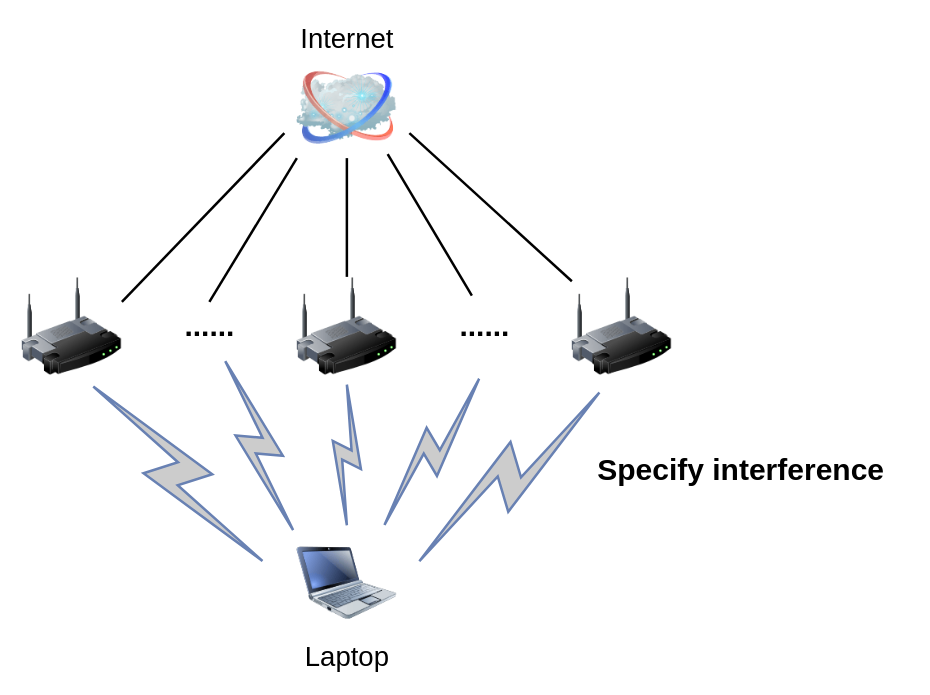
Above: 开题自问自答_多AP预期结果.drawio in zeandon/draw.io (draw.io), before the change. Source tidied: cells renumbered, new cells numbered last; positions are measured from the earlier drawing's top-left corner, leaving out a move shared by most shapes. Both pictures are drawn from the tidied source at 125%, with x=0, y=0 at pixel (21, 58).
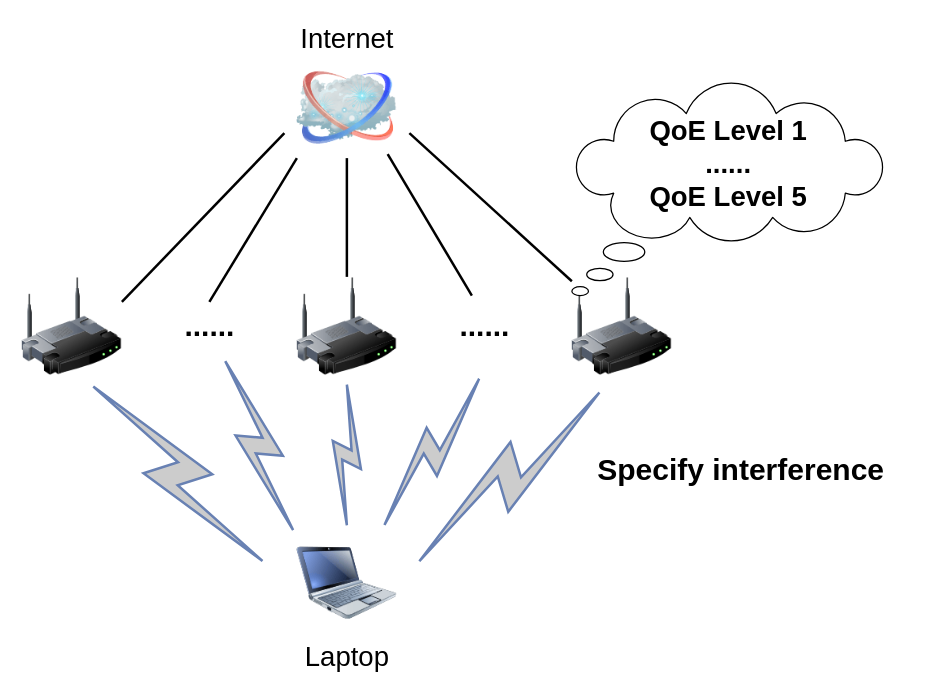
Above is the later version.

Commit message:
更新开题自问自答_多AP预期结果.drawio

Change to the diagram source:
```diff
@@
+    <mxCell id="20" style="whiteSpace=wrap;html=1;shape=mxgraph.basic.cloud_callout;" parent="1" vertex="1">
+      <mxGeometry x="440" y="20" width="250" height="170" as="geometry" />
+    </mxCell>
+    <mxCell id="21" value="QoE Level 1&lt;div&gt;......&lt;/div&gt;&lt;div&gt;QoE Level 5&lt;/div&gt;" style="text;strokeColor=none;fillColor=none;html=1;fontSize=22;fontStyle=1;verticalAlign=middle;align=center;" parent="1" vertex="1">
+      <mxGeometry x="445" y="20" width="240" height="130" as="geometry" />
+    </mxCell>
```
